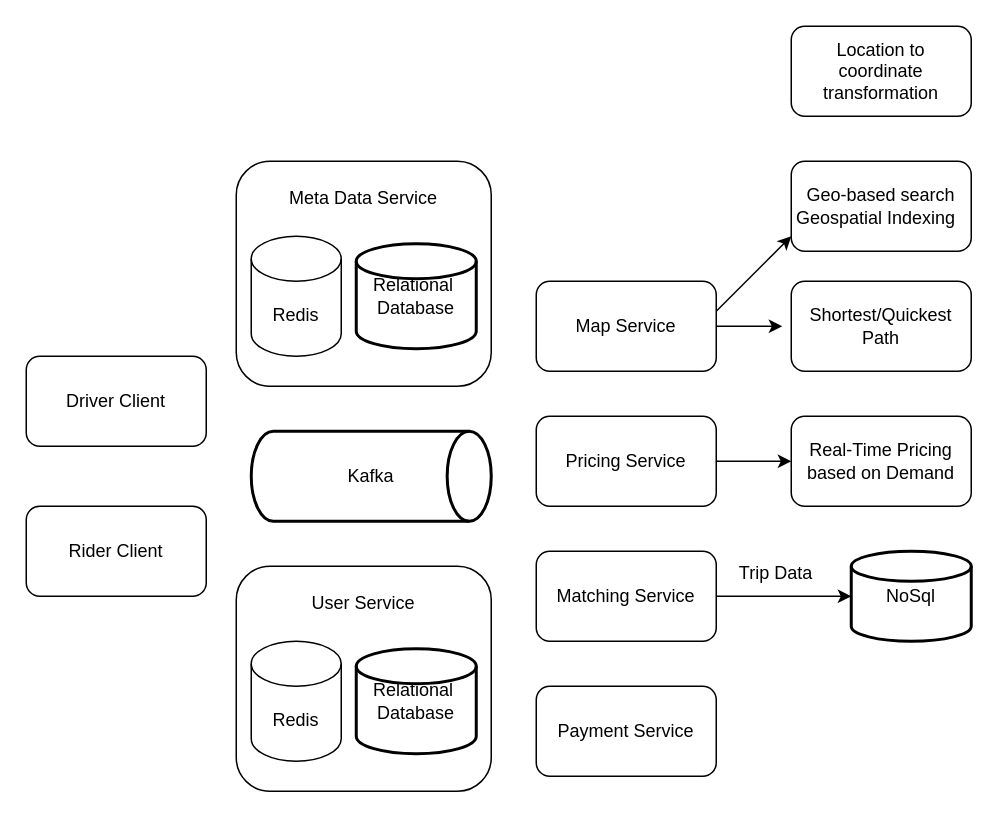
This is 14_UberLyft.drawio from xwq172677170/SysdDiagram, a draw.io file, before an edit. Source tidied: cells renumbered, new cells numbered last; positions are measured from the earlier drawing's top-left corner, leaving out a move shared by most shapes. Both pictures are drawn from the tidied source at 150%, with x=0, y=0 at pixel (26, 26).
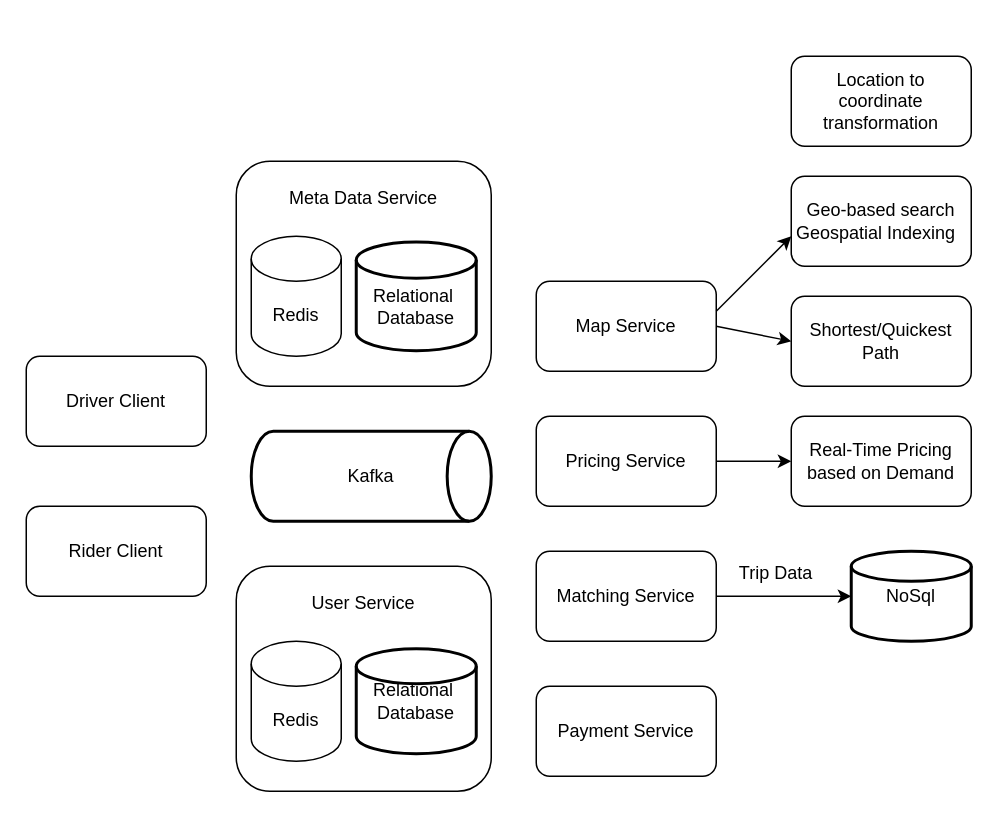
After the change.

Unchanged cells that the change refers to:
```xml
<mxCell id="4" value="Map Service" style="rounded=1;whiteSpace=wrap;html=1;" parent="1" vertex="1">
  <mxGeometry x="340" y="170" width="120" height="60" as="geometry" />
</mxCell>
```

Diff of the diagram source:
```diff
@@
     <mxCell id="7" value="Geo-based search&lt;br&gt;Geospatial Indexing&amp;nbsp;&amp;nbsp;" style="rounded=1;whiteSpace=wrap;html=1;" parent="1" vertex="1">
-      <mxGeometry x="510" y="90" width="120" height="60" as="geometry" />
+      <mxGeometry x="510" y="100" width="120" height="60" as="geometry" />
     </mxCell>
     <mxCell id="8" value="Shortest/Quickest Path" style="rounded=1;whiteSpace=wrap;html=1;" parent="1" vertex="1">
-      <mxGeometry x="510" y="170" width="120" height="60" as="geometry" />
+      <mxGeometry x="510" y="180" width="120" height="60" as="geometry" />
     </mxCell>
-    <mxCell id="9" style="endArrow=classic;html=1;rounded=0;exitX=1;exitY=0.5;exitDx=0;exitDy=0;entryX=-0.05;entryY=0.5;entryDx=0;entryDy=0;entryPerimeter=0;" parent="1" edge="1" source="4" target="8">
+    <mxCell id="9" style="endArrow=classic;html=1;rounded=0;exitX=1;exitY=0.5;exitDx=0;exitDy=0;entryX=0;entryY=0.5;entryDx=0;entryDy=0;" parent="1" edge="1" source="4" target="8">
       <mxGeometry relative="1" as="geometry" />
     </mxCell>
@@
-    <mxCell id="17" value="Relational&amp;nbsp;&lt;br&gt;Database" style="strokeWidth=2;html=1;shape=mxgraph.flowchart.database;whiteSpace=wrap;" parent="1" vertex="1">
-      <mxGeometry x="220" y="145" width="80" height="70" as="geometry" />
+    <mxCell id="17" value="&lt;br&gt;Relational&amp;nbsp;&lt;br&gt;Database" style="strokeWidth=2;html=1;shape=mxgraph.flowchart.database;whiteSpace=wrap;" parent="1" vertex="1">
+      <mxGeometry x="220" y="143.8" width="80" height="72.5" as="geometry" />
     </mxCell>
@@
     <mxCell id="21" value="Location to coordinate transformation" style="rounded=1;whiteSpace=wrap;html=1;" parent="1" vertex="1">
-      <mxGeometry x="510" width="120" height="60" as="geometry" />
+      <mxGeometry x="510" y="20" width="120" height="60" as="geometry" />
     </mxCell>
```
